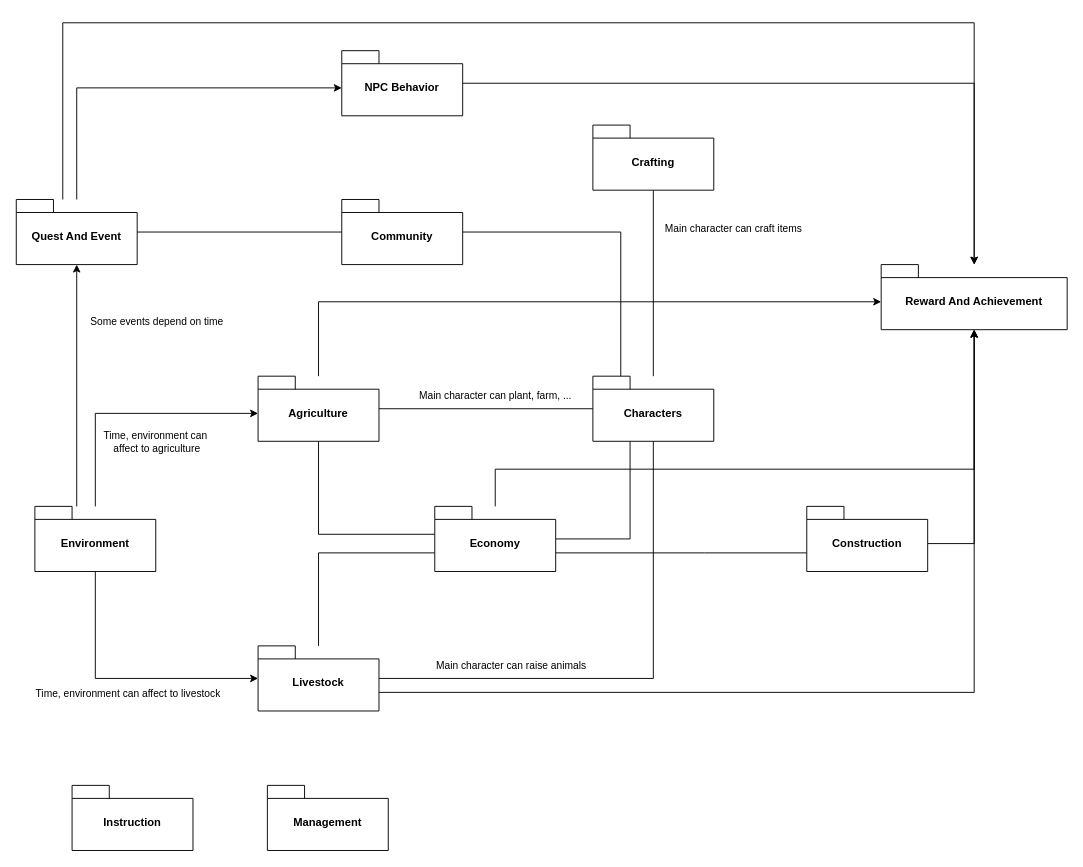
Earlier version of the draw.io diagram page "Packages" (1 of 3) of Document/Diagrams/sunny_field_classes.drawio (linhh563/sunny-fields). Source tidied: cells renumbered, new cells numbered last; positions are measured from the earlier drawing's top-left corner, leaving out a move shared by most shapes. Both pictures are drawn from the tidied source at 93%, with x=0, y=0 at pixel (16, 22).
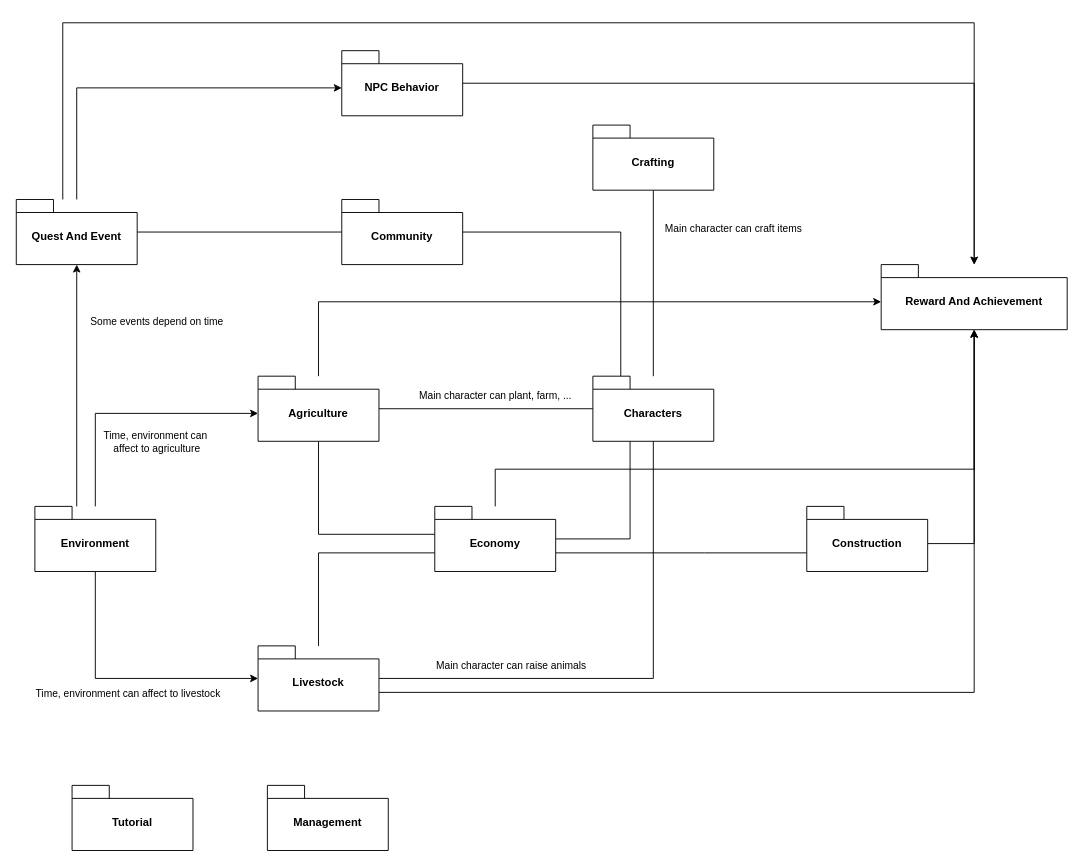
The same page after the edit.

Diff of the diagram source:
```diff
@@
-    <mxCell id="35" value="Instruction" style="shape=folder;fontStyle=1;spacingTop=10;tabWidth=40;tabHeight=14;tabPosition=left;html=1;whiteSpace=wrap;" parent="1" vertex="1">
+    <mxCell id="35" value="Tutorial" style="shape=folder;fontStyle=1;spacingTop=10;tabWidth=40;tabHeight=14;tabPosition=left;html=1;whiteSpace=wrap;" parent="1" vertex="1">
       <mxGeometry x="60" y="820" width="130" height="70" as="geometry" />
     </mxCell>
```
